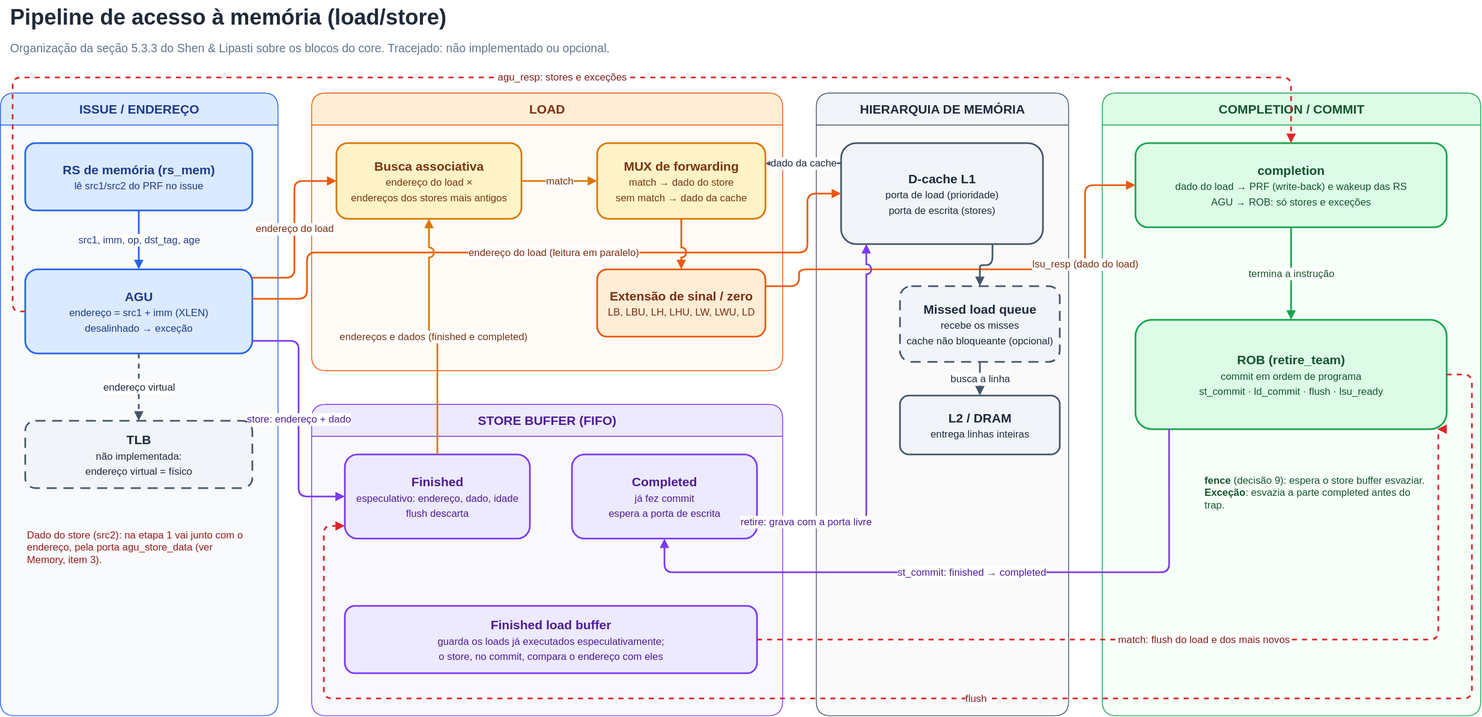
This is docs/desenho_caminho_dados/memory_datapath/memory.drawio.svg from SoaresDavidson/superscalar-riscv, a draw.io export, as it was before one commit. Source tidied: cells renumbered, new cells last; positions are measured from the earlier drawing's top-left corner, leaving out a move shared by most shapes.
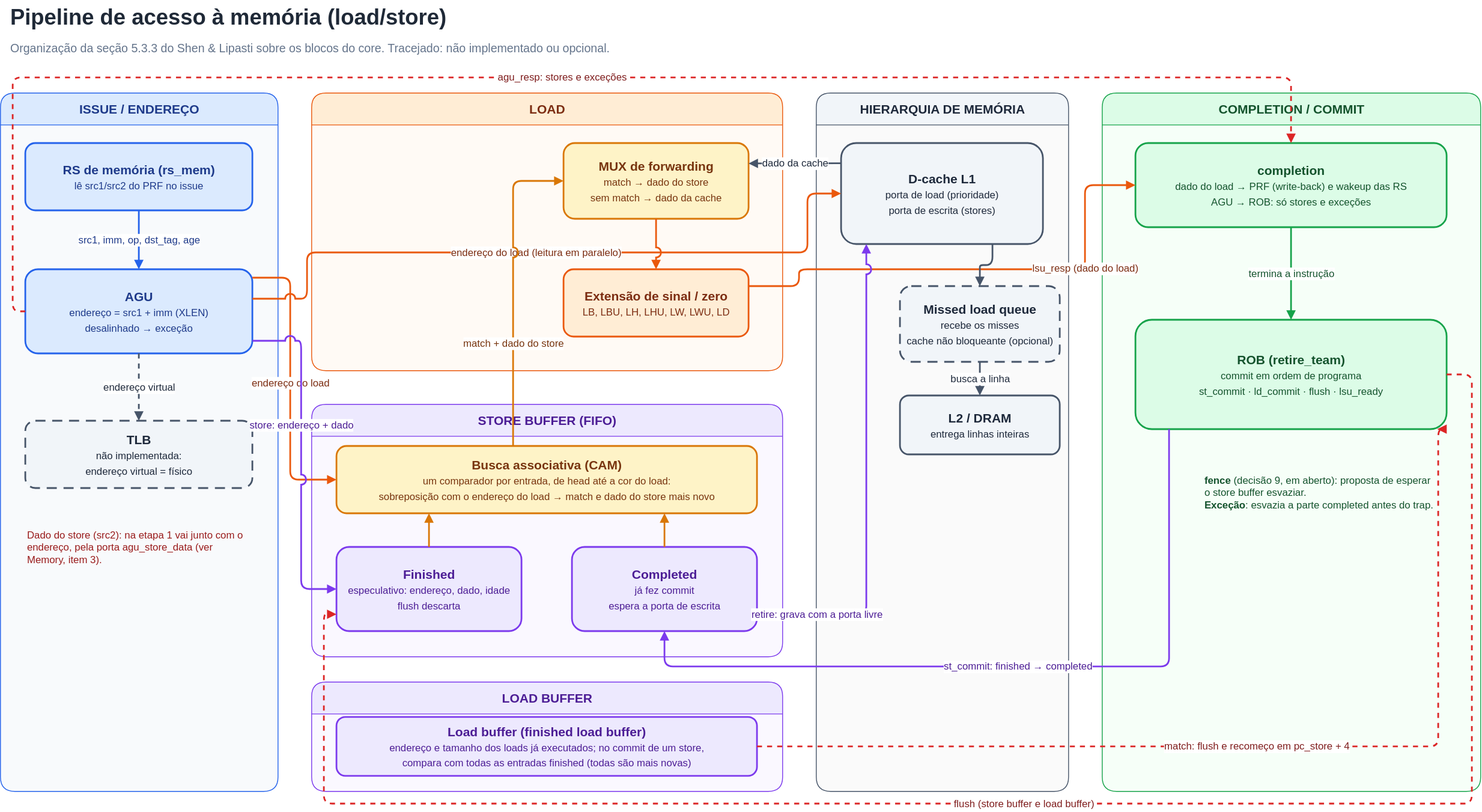
After the commit.

Commit message:
docs(memory): busca associativa dentro do store buffer e load buffer separado no diagrama

Change to the diagram source:
```diff
@@ -9,7 +9,7 @@
       <mxGeometry x="10" y="42" width="1300" height="30" as="geometry" />
     </mxCell>
     <mxCell id="4" value="ISSUE / ENDEREÇO" style="swimlane;html=1;rounded=1;startSize=38;horizontal=1;fillColor=#DBEAFE;swimlaneFillColor=#F8FAFC;strokeColor=#2563EB;fontColor=#1E3A8A;fontStyle=1;fontSize=15;" parent="1" vertex="1">
-      <mxGeometry y="110" width="330" height="740" as="geometry" />
+      <mxGeometry y="110" width="330" height="830" as="geometry" />
     </mxCell>
     <mxCell id="5" value="&lt;b&gt;RS de memória (rs_mem)&lt;/b&gt;&lt;br&gt;&lt;font style=&quot;font-size:12px;font-weight:normal&quot;&gt;lê src1/src2 do PRF no issue&lt;/font&gt;" style="rounded=1;whiteSpace=wrap;html=1;fillColor=#DBEAFE;strokeColor=#2563EB;strokeWidth=2;fontSize=15;fontColor=#1E3A8A;" parent="4" vertex="1">
       <mxGeometry x="30" y="60" width="270" height="80" as="geometry" />
@@ -23,29 +23,32 @@
     <mxCell id="8" value="LOAD" style="swimlane;html=1;rounded=1;startSize=38;horizontal=1;fillColor=#FFEDD5;swimlaneFillColor=#FFFAF5;strokeColor=#EA580C;fontColor=#7C2D12;fontStyle=1;fontSize=15;" parent="1" vertex="1">
       <mxGeometry x="370" y="110" width="560" height="330" as="geometry" />
     </mxCell>
-    <mxCell id="9" value="&lt;b&gt;Busca associativa&lt;/b&gt;&lt;br&gt;&lt;font style=&quot;font-size:12px;font-weight:normal&quot;&gt;endereço do load ×&lt;br&gt;endereços dos stores mais antigos&lt;/font&gt;" style="rounded=1;whiteSpace=wrap;html=1;fillColor=#FEF3C7;strokeColor=#D97706;strokeWidth=2;fontSize=15;fontColor=#78350F;" parent="8" vertex="1">
-      <mxGeometry x="30" y="60" width="220" height="90" as="geometry" />
-    </mxCell>
     <mxCell id="10" value="&lt;b&gt;MUX de forwarding&lt;/b&gt;&lt;br&gt;&lt;font style=&quot;font-size:12px;font-weight:normal&quot;&gt;match → dado do store&lt;br&gt;sem match → dado da cache&lt;/font&gt;" style="rounded=1;whiteSpace=wrap;html=1;fillColor=#FEF3C7;strokeColor=#D97706;strokeWidth=2;fontSize=15;fontColor=#78350F;" parent="8" vertex="1">
-      <mxGeometry x="340" y="60" width="200" height="90" as="geometry" />
+      <mxGeometry x="300" y="60" width="220" height="90" as="geometry" />
     </mxCell>
     <mxCell id="11" value="&lt;b&gt;Extensão de sinal / zero&lt;/b&gt;&lt;br&gt;&lt;font style=&quot;font-size:12px;font-weight:normal&quot;&gt;LB, LBU, LH, LHU, LW, LWU, LD&lt;/font&gt;" style="rounded=1;whiteSpace=wrap;html=1;fillColor=#FFEDD5;strokeColor=#EA580C;strokeWidth=2;fontSize=15;fontColor=#7C2D12;" parent="8" vertex="1">
-      <mxGeometry x="340" y="210" width="200" height="80" as="geometry" />
+      <mxGeometry x="300" y="210" width="220" height="80" as="geometry" />
     </mxCell>
     <mxCell id="12" value="STORE BUFFER (FIFO)" style="swimlane;html=1;rounded=1;startSize=38;horizontal=1;fillColor=#EDE9FE;swimlaneFillColor=#FAF8FF;strokeColor=#7C3AED;fontColor=#4C1D95;fontStyle=1;fontSize=15;" parent="1" vertex="1">
-      <mxGeometry x="370" y="480" width="560" height="370" as="geometry" />
+      <mxGeometry x="370" y="480" width="560" height="300" as="geometry" />
     </mxCell>
+    <mxCell id="9" value="&lt;b&gt;Busca associativa (CAM)&lt;/b&gt;&lt;br&gt;&lt;font style=&quot;font-size:12px;font-weight:normal&quot;&gt;um comparador por entrada, de head até a cor do load:&lt;br&gt;sobreposição com o endereço do load → match e dado do store mais novo&lt;/font&gt;" style="rounded=1;whiteSpace=wrap;html=1;fillColor=#FEF3C7;strokeColor=#D97706;strokeWidth=2;fontSize=15;fontColor=#78350F;" parent="12" vertex="1">
+      <mxGeometry x="30" y="50" width="500" height="80" as="geometry" />
+    </mxCell>
     <mxCell id="13" value="&lt;b&gt;Finished&lt;/b&gt;&lt;br&gt;&lt;font style=&quot;font-size:12px;font-weight:normal&quot;&gt;especulativo: endereço, dado, idade&lt;br&gt;flush descarta&lt;/font&gt;" style="rounded=1;whiteSpace=wrap;html=1;fillColor=#EDE9FE;strokeColor=#7C3AED;strokeWidth=2;fontSize=15;fontColor=#4C1D95;" parent="12" vertex="1">
-      <mxGeometry x="40" y="60" width="220" height="100" as="geometry" />
+      <mxGeometry x="30" y="170" width="220" height="100" as="geometry" />
     </mxCell>
     <mxCell id="14" value="&lt;b&gt;Completed&lt;/b&gt;&lt;br&gt;&lt;font style=&quot;font-size:12px;font-weight:normal&quot;&gt;já fez commit&lt;br&gt;espera a porta de escrita&lt;/font&gt;" style="rounded=1;whiteSpace=wrap;html=1;fillColor=#EDE9FE;strokeColor=#7C3AED;strokeWidth=2;fontSize=15;fontColor=#4C1D95;" parent="12" vertex="1">
-      <mxGeometry x="310" y="60" width="220" height="100" as="geometry" />
+      <mxGeometry x="310" y="170" width="220" height="100" as="geometry" />
     </mxCell>
+    <mxCell id="43" value="LOAD BUFFER" style="swimlane;html=1;rounded=1;startSize=38;horizontal=1;fillColor=#EDE9FE;swimlaneFillColor=#FAF8FF;strokeColor=#7C3AED;fontColor=#4C1D95;fontStyle=1;fontSize=15;" parent="1" vertex="1">
+      <mxGeometry x="370" y="810" width="560" height="130" as="geometry" />
+    </mxCell>
-    <mxCell id="15" value="&lt;b&gt;Finished load buffer&lt;/b&gt;&lt;br&gt;&lt;font style=&quot;font-size:12px;font-weight:normal&quot;&gt;guarda os loads já executados especulativamente;&lt;br&gt;o store, no commit, compara o endereço com eles&lt;/font&gt;" style="rounded=1;whiteSpace=wrap;html=1;fillColor=#EDE9FE;strokeColor=#7C3AED;strokeWidth=2;fontSize=15;fontColor=#4C1D95;" parent="12" vertex="1">
-      <mxGeometry x="40" y="240" width="490" height="80" as="geometry" />
+    <mxCell id="15" value="&lt;b&gt;Load buffer (finished load buffer)&lt;/b&gt;&lt;br&gt;&lt;font style=&quot;font-size:12px;font-weight:normal&quot;&gt;endereço e tamanho dos loads já executados; no commit de um store,&lt;br&gt;compara com todas as entradas finished (todas são mais novas)&lt;/font&gt;" style="rounded=1;whiteSpace=wrap;html=1;fillColor=#EDE9FE;strokeColor=#7C3AED;strokeWidth=2;fontSize=15;fontColor=#4C1D95;" parent="43" vertex="1">
+      <mxGeometry x="30" y="42" width="500" height="70" as="geometry" />
     </mxCell>
     <mxCell id="16" value="HIERARQUIA DE MEMÓRIA" style="swimlane;html=1;rounded=1;startSize=38;horizontal=1;fillColor=#F1F5F9;swimlaneFillColor=#FAFAFA;strokeColor=#475569;fontColor=#1E293B;fontStyle=1;fontSize=15;" parent="1" vertex="1">
-      <mxGeometry x="970" y="110" width="300" height="740" as="geometry" />
+      <mxGeometry x="970" y="110" width="300" height="830" as="geometry" />
     </mxCell>
     <mxCell id="17" value="&lt;b&gt;D-cache L1&lt;/b&gt;&lt;br&gt;&lt;font style=&quot;font-size:12px;font-weight:normal&quot;&gt;porta de load (prioridade)&lt;br&gt;porta de escrita (stores)&lt;/font&gt;" style="rounded=1;whiteSpace=wrap;html=1;fillColor=#F1F5F9;strokeColor=#475569;strokeWidth=2;fontSize=15;fontColor=#1E293B;" parent="16" vertex="1">
       <mxGeometry x="30" y="60" width="240" height="120" as="geometry" />
@@ -57,7 +60,7 @@
       <mxGeometry x="100" y="360" width="190" height="70" as="geometry" />
     </mxCell>
     <mxCell id="20" value="COMPLETION / COMMIT" style="swimlane;html=1;rounded=1;startSize=38;horizontal=1;fillColor=#DCFCE7;swimlaneFillColor=#F6FFF8;strokeColor=#16A34A;fontColor=#14532D;fontStyle=1;fontSize=15;" parent="1" vertex="1">
-      <mxGeometry x="1310" y="110" width="450" height="740" as="geometry" />
+      <mxGeometry x="1310" y="110" width="450" height="830" as="geometry" />
     </mxCell>
     <mxCell id="21" value="&lt;b&gt;completion&lt;/b&gt;&lt;br&gt;&lt;font style=&quot;font-size:12px;font-weight:normal&quot;&gt;dado do load → PRF (write-back) e wakeup das RS&lt;br&gt;AGU → ROB: só stores e exceções&lt;/font&gt;" style="rounded=1;whiteSpace=wrap;html=1;fillColor=#DCFCE7;strokeColor=#16A34A;strokeWidth=2;fontSize=15;fontColor=#14532D;" parent="20" vertex="1">
       <mxGeometry x="40" y="60" width="370" height="100" as="geometry" />
@@ -68,8 +71,8 @@
     <mxCell id="23" value="Dado do store (src2): na etapa 1 vai junto com o endereço, pela porta agu_store_data (ver Memory, item 3)." style="text;html=1;whiteSpace=wrap;align=left;verticalAlign=middle;fontSize=12;fontColor=#991B1B;fontStyle=0;" parent="1" vertex="1">
       <mxGeometry x="30" y="620" width="270" height="60" as="geometry" />
     </mxCell>
-    <mxCell id="24" value="&lt;b&gt;fence&lt;/b&gt; (decisão 9): espera o store buffer esvaziar.&lt;br&gt;&lt;b&gt;Exceção&lt;/b&gt;: esvazia a parte completed antes do trap." style="text;html=1;whiteSpace=wrap;align=left;verticalAlign=middle;fontSize=12;fontColor=#14532D;fontStyle=0;" parent="1" vertex="1">
-      <mxGeometry x="1430" y="550" width="270" height="70" as="geometry" />
+    <mxCell id="24" value="&lt;b&gt;fence&lt;/b&gt; (decisão 9, em aberto): proposta de esperar o store buffer esvaziar.&lt;br&gt;&lt;b&gt;Exceção&lt;/b&gt;: esvazia a parte completed antes do trap." style="text;html=1;whiteSpace=wrap;align=left;verticalAlign=middle;fontSize=12;fontColor=#14532D;fontStyle=0;" parent="1" vertex="1">
+      <mxGeometry x="1430" y="550" width="280" height="70" as="geometry" />
     </mxCell>
     <mxCell id="25" value="src1, imm, op, dst_tag, age" style="edgeStyle=orthogonalEdgeStyle;rounded=1;jettySize=auto;html=1;strokeWidth=2;strokeColor=#2563EB;endArrow=block;endFill=1;fontSize=12;fontColor=#1E3A8A;labelBackgroundColor=#FFFFFF;jumpStyle=arc;jumpSize=10;" parent="1" edge="1" source="5" target="6">
       <mxGeometry relative="1" as="geometry" />
@@ -80,13 +83,13 @@
     <mxCell id="27" value="endereço do load" style="edgeStyle=orthogonalEdgeStyle;rounded=1;jettySize=auto;html=1;strokeWidth=2;strokeColor=#EA580C;endArrow=block;endFill=1;fontSize=12;fontColor=#7C2D12;labelBackgroundColor=#FFFFFF;jumpStyle=arc;jumpSize=10;exitX=1;exitY=0.1;exitDx=0;exitDy=0;entryX=0;entryY=0.5;entryDx=0;entryDy=0;" parent="1" edge="1" source="6" target="9">
       <mxGeometry relative="1" as="geometry">
         <Array as="points">
-          <mxPoint x="350" y="330" />
-          <mxPoint x="350" y="215" />
+          <mxPoint x="345" y="330" />
+          <mxPoint x="345" y="570" />
         </Array>
       </mxGeometry>
     </mxCell>
     <mxCell id="28" value="endereço do load (leitura em paralelo)" style="edgeStyle=orthogonalEdgeStyle;rounded=1;jettySize=auto;html=1;strokeWidth=2;strokeColor=#EA580C;endArrow=block;endFill=1;fontSize=12;fontColor=#7C2D12;labelBackgroundColor=#FFFFFF;jumpStyle=arc;jumpSize=10;exitX=1;exitY=0.35;exitDx=0;exitDy=0;entryX=0;entryY=0.5;entryDx=0;entryDy=0;" parent="1" edge="1" source="6" target="17">
-      <mxGeometry relative="1" as="geometry">
+      <mxGeometry x="-0.05" relative="1" as="geometry">
         <Array as="points">
           <mxPoint x="365" y="355" />
           <mxPoint x="365" y="300" />
@@ -96,18 +99,26 @@
       </mxGeometry>
     </mxCell>
     <mxCell id="29" value="store: endereço + dado" style="edgeStyle=orthogonalEdgeStyle;rounded=1;jettySize=auto;html=1;strokeWidth=2;strokeColor=#7C3AED;endArrow=block;endFill=1;fontSize=12;fontColor=#4C1D95;labelBackgroundColor=#FFFFFF;jumpStyle=arc;jumpSize=10;exitX=1;exitY=0.85;exitDx=0;exitDy=0;entryX=0;entryY=0.5;entryDx=0;entryDy=0;" parent="1" edge="1" source="6" target="13">
-      <mxGeometry relative="1" as="geometry">
+      <mxGeometry x="-0.2" relative="1" as="geometry">
         <Array as="points">
-          <mxPoint x="355" y="405" />
-          <mxPoint x="355" y="590" />
+          <mxPoint x="358" y="405" />
+          <mxPoint x="358" y="700" />
         </Array>
       </mxGeometry>
     </mxCell>
-    <mxCell id="30" value="endereços e dados (finished e completed)" style="edgeStyle=orthogonalEdgeStyle;rounded=1;jettySize=auto;html=1;strokeWidth=2;strokeColor=#D97706;endArrow=block;endFill=1;fontSize=12;fontColor=#78350F;labelBackgroundColor=#FFFFFF;jumpStyle=arc;jumpSize=10;exitX=0.5;exitY=0;exitDx=0;exitDy=0;entryX=0.5;entryY=1;entryDx=0;entryDy=0;" parent="1" edge="1" source="13" target="9">
+    <mxCell id="30" style="edgeStyle=orthogonalEdgeStyle;rounded=1;jettySize=auto;html=1;strokeWidth=2;strokeColor=#D97706;endArrow=block;endFill=1;fontSize=12;fontColor=#78350F;labelBackgroundColor=#FFFFFF;jumpStyle=arc;jumpSize=10;exitX=0.5;exitY=0;exitDx=0;exitDy=0;entryX=0.22;entryY=1;entryDx=0;entryDy=0;" parent="1" edge="1" source="13" target="9">
       <mxGeometry relative="1" as="geometry" />
     </mxCell>
+    <mxCell id="44" style="edgeStyle=orthogonalEdgeStyle;rounded=1;jettySize=auto;html=1;strokeWidth=2;strokeColor=#D97706;endArrow=block;endFill=1;fontSize=12;fontColor=#78350F;labelBackgroundColor=#FFFFFF;jumpStyle=arc;jumpSize=10;exitX=0.5;exitY=0;exitDx=0;exitDy=0;entryX=0.78;entryY=1;entryDx=0;entryDy=0;" parent="1" edge="1" source="14" target="9">
+      <mxGeometry relative="1" as="geometry" />
+    </mxCell>
-    <mxCell id="31" value="match" style="edgeStyle=orthogonalEdgeStyle;rounded=1;jettySize=auto;html=1;strokeWidth=2;strokeColor=#D97706;endArrow=block;endFill=1;fontSize=12;fontColor=#78350F;labelBackgroundColor=#FFFFFF;jumpStyle=arc;jumpSize=10;" parent="1" edge="1" source="9" target="10">
-      <mxGeometry relative="1" as="geometry" />
+    <mxCell id="31" value="match + dado do store" style="edgeStyle=orthogonalEdgeStyle;rounded=1;jettySize=auto;html=1;strokeWidth=2;strokeColor=#D97706;endArrow=block;endFill=1;fontSize=12;fontColor=#78350F;labelBackgroundColor=#FFFFFF;jumpStyle=arc;jumpSize=10;exitX=0.42;exitY=0;exitDx=0;exitDy=0;entryX=0;entryY=0.5;entryDx=0;entryDy=0;" parent="1" edge="1" source="9" target="10">
+      <mxGeometry x="-0.35" relative="1" as="geometry">
+        <Array as="points">
+          <mxPoint x="610" y="530" />
+          <mxPoint x="610" y="215" />
+        </Array>
+      </mxGeometry>
     </mxCell>
     <mxCell id="32" value="dado da cache" style="edgeStyle=orthogonalEdgeStyle;rounded=1;jettySize=auto;html=1;strokeWidth=2;strokeColor=#475569;endArrow=block;endFill=1;fontSize=12;fontColor=#1E293B;labelBackgroundColor=#FFFFFF;jumpStyle=arc;jumpSize=10;exitX=0;exitY=0.2;exitDx=0;exitDy=0;entryX=1;entryY=0.27;entryDx=0;entryDy=0;" parent="1" edge="1" source="17" target="10">
       <mxGeometry relative="1" as="geometry" />
@@ -140,25 +151,25 @@
     <mxCell id="37" value="st_commit: finished → completed" style="edgeStyle=orthogonalEdgeStyle;rounded=1;jettySize=auto;html=1;strokeWidth=2;strokeColor=#7C3AED;endArrow=block;endFill=1;fontSize=12;fontColor=#4C1D95;labelBackgroundColor=#FFFFFF;jumpStyle=arc;jumpSize=10;exitX=0.108;exitY=1;exitDx=0;exitDy=0;entryX=0.5;entryY=1;entryDx=0;entryDy=0;" parent="1" edge="1" source="22" target="14">
       <mxGeometry relative="1" as="geometry">
         <Array as="points">
-          <mxPoint x="1390" y="680" />
-          <mxPoint x="790" y="680" />
+          <mxPoint x="1390" y="792" />
+          <mxPoint x="790" y="792" />
         </Array>
       </mxGeometry>
     </mxCell>
     <mxCell id="38" value="retire: grava com a porta livre" style="edgeStyle=orthogonalEdgeStyle;rounded=1;jettySize=auto;html=1;strokeWidth=2;strokeColor=#7C3AED;endArrow=block;endFill=1;fontSize=12;fontColor=#4C1D95;labelBackgroundColor=#FFFFFF;jumpStyle=arc;jumpSize=10;exitX=1;exitY=0.8;exitDx=0;exitDy=0;entryX=0.125;entryY=1;entryDx=0;entryDy=0;" parent="1" edge="1" source="14" target="17">
       <mxGeometry x="-0.75" relative="1" as="geometry">
         <Array as="points">
-          <mxPoint x="1030" y="620" />
+          <mxPoint x="1030" y="730" />
         </Array>
       </mxGeometry>
     </mxCell>
-    <mxCell id="39" value="flush" style="edgeStyle=orthogonalEdgeStyle;rounded=1;jettySize=auto;html=1;strokeWidth=2;strokeColor=#DC2626;endArrow=block;endFill=1;fontSize=12;fontColor=#7F1D1D;labelBackgroundColor=#FFFFFF;jumpStyle=arc;jumpSize=10;dashed=1;exitX=1;exitY=0.5;exitDx=0;exitDy=0;entryX=0;entryY=0.85;entryDx=0;entryDy=0;" parent="1" edge="1" source="22" target="13">
+    <mxCell id="39" value="flush (store buffer e load buffer)" style="edgeStyle=orthogonalEdgeStyle;rounded=1;jettySize=auto;html=1;strokeWidth=2;strokeColor=#DC2626;endArrow=block;endFill=1;fontSize=12;fontColor=#7F1D1D;labelBackgroundColor=#FFFFFF;jumpStyle=arc;jumpSize=10;dashed=1;exitX=1;exitY=0.5;exitDx=0;exitDy=0;entryX=0;entryY=0.8;entryDx=0;entryDy=0;" parent="1" edge="1" source="22" target="13">
       <mxGeometry relative="1" as="geometry">
         <Array as="points">
           <mxPoint x="1750" y="445" />
-          <mxPoint x="1750" y="830" />
-          <mxPoint x="385" y="830" />
-          <mxPoint x="385" y="625" />
+          <mxPoint x="1750" y="955" />
+          <mxPoint x="385" y="955" />
+          <mxPoint x="385" y="730" />
         </Array>
       </mxGeometry>
     </mxCell>
@@ -168,10 +179,10 @@
     <mxCell id="41" value="busca a linha" style="edgeStyle=orthogonalEdgeStyle;rounded=1;jettySize=auto;html=1;strokeWidth=2;strokeColor=#475569;endArrow=block;endFill=1;fontSize=12;fontColor=#1E293B;labelBackgroundColor=#FFFFFF;jumpStyle=arc;jumpSize=10;" parent="1" edge="1" source="18" target="19">
       <mxGeometry relative="1" as="geometry" />
     </mxCell>
-    <mxCell id="42" value="match: flush do load e dos mais novos" style="edgeStyle=orthogonalEdgeStyle;rounded=1;jettySize=auto;html=1;strokeWidth=2;strokeColor=#DC2626;endArrow=block;endFill=1;fontSize=12;fontColor=#7F1D1D;labelBackgroundColor=#FFFFFF;jumpStyle=arc;jumpSize=10;dashed=1;exitX=1;exitY=0.5;exitDx=0;exitDy=0;entryX=0.97;entryY=1;entryDx=0;entryDy=0;" parent="1" edge="1" source="15" target="22">
+    <mxCell id="42" value="match: flush e recomeço em pc_store + 4" style="edgeStyle=orthogonalEdgeStyle;rounded=1;jettySize=auto;html=1;strokeWidth=2;strokeColor=#DC2626;endArrow=block;endFill=1;fontSize=12;fontColor=#7F1D1D;labelBackgroundColor=#FFFFFF;jumpStyle=arc;jumpSize=10;dashed=1;exitX=1;exitY=0.5;exitDx=0;exitDy=0;entryX=0.97;entryY=1;entryDx=0;entryDy=0;" parent="1" edge="1" source="15" target="22">
       <mxGeometry relative="1" as="geometry">
         <Array as="points">
-          <mxPoint x="1710" y="760" />
+          <mxPoint x="1710" y="887" />
         </Array>
       </mxGeometry>
     </mxCell>
```
